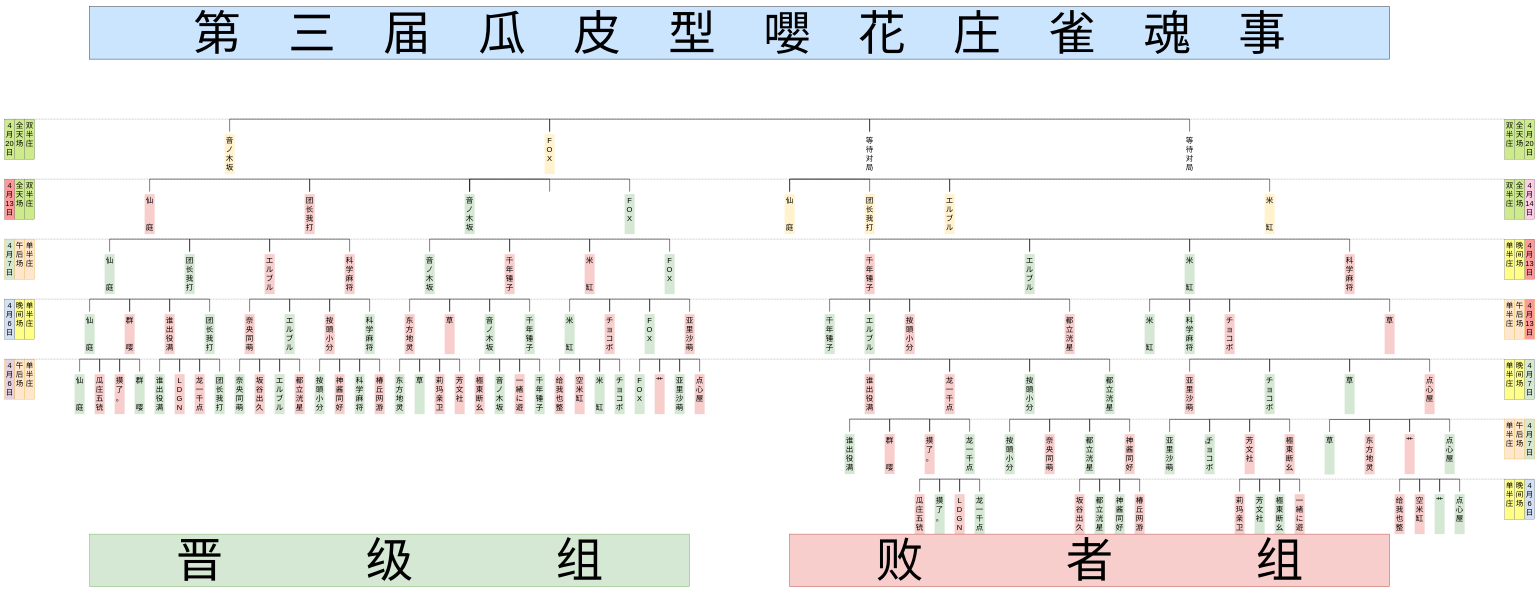
Earlier version of the draw.io diagram Tree Diagram.drawio (psc2350/pcr.mahjong.pub). Source tidied: cells renumbered, new cells numbered last; positions are measured from the earlier drawing's top-left corner, leaving out a move shared by most shapes. Both pictures are drawn from the tidied source at 25%, with x=0, y=0 at pixel (4, 6).
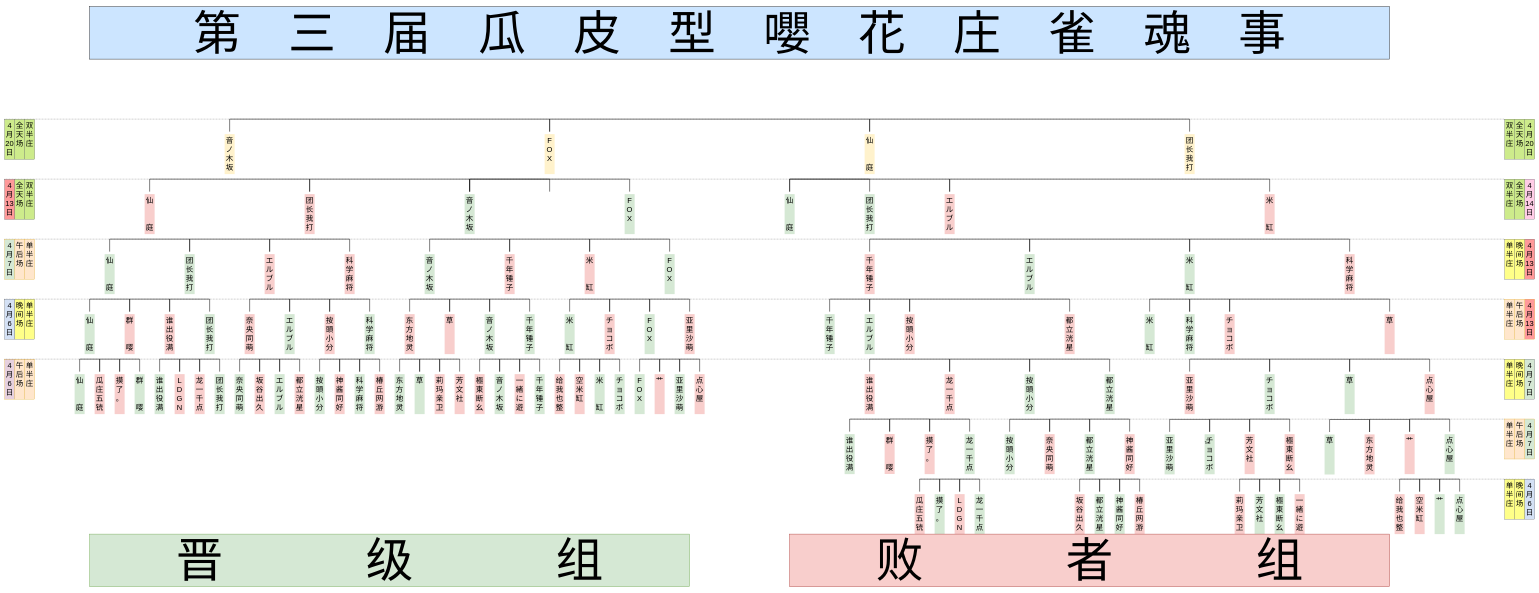
The same page after the edit.

The change refers to these unchanged cells:
```xml
<mxCell id="3" style="group;" parent="1" vertex="1">
  <mxGeometry x="280" y="450" width="5560" height="1660" as="geometry" />
</mxCell>
```

Change to the diagram source:
```diff
@@
-    <mxCell id="184" value="エルブル&lt;br&gt;" style="text;html=1;strokeColor=none;fillColor=#FFF2CC;align=center;verticalAlign=top;whiteSpace=wrap;rounded=0;fontFamily=FZZhunYuan-M02;horizontal=1;fontSize=30;" parent="3" vertex="1">
+    <mxCell id="184" value="エルブル&lt;br&gt;" style="text;html=1;strokeColor=none;fillColor=#F8CECC;align=center;verticalAlign=top;whiteSpace=wrap;rounded=0;fontFamily=FZZhunYuan-M02;horizontal=1;fontSize=30;" parent="3" vertex="1">
       <mxGeometry x="3480" y="300" width="40" height="160" as="geometry" />
     </mxCell>
-    <mxCell id="185" value="米&lt;br&gt;&lt;br&gt;&lt;br&gt;缸&lt;br&gt;" style="text;html=1;strokeColor=none;fillColor=#FFF2CC;align=center;verticalAlign=top;whiteSpace=wrap;rounded=0;fontFamily=FZZhunYuan-M02;horizontal=1;fontSize=30;" parent="3" vertex="1">
+    <mxCell id="185" value="米&lt;br&gt;&lt;br&gt;&lt;br&gt;缸&lt;br&gt;" style="text;html=1;strokeColor=none;fillColor=#F8CECC;align=center;verticalAlign=top;whiteSpace=wrap;rounded=0;fontFamily=FZZhunYuan-M02;horizontal=1;fontSize=30;" parent="3" vertex="1">
       <mxGeometry x="4760" y="300" width="40" height="160" as="geometry" />
     </mxCell>
@@
-    <mxCell id="187" value="仙&lt;br&gt;&lt;br&gt;&lt;br&gt;庭&lt;br&gt;" style="text;html=1;strokeColor=none;fillColor=#FFF2CC;align=center;verticalAlign=top;whiteSpace=wrap;rounded=0;fontFamily=FZZhunYuan-M02;horizontal=1;fontSize=30;" parent="3" vertex="1">
+    <mxCell id="187" value="仙&lt;br&gt;&lt;br&gt;&lt;br&gt;庭&lt;br&gt;" style="text;html=1;strokeColor=none;fillColor=#D5E8D4;align=center;verticalAlign=top;whiteSpace=wrap;rounded=0;fontFamily=FZZhunYuan-M02;horizontal=1;fontSize=30;" parent="3" vertex="1">
       <mxGeometry x="2840" y="300" width="40" height="160" as="geometry" />
     </mxCell>
@@
-    <mxCell id="190" value="团长我打&lt;br&gt;" style="text;html=1;strokeColor=none;fillColor=#FFF2CC;align=center;verticalAlign=top;whiteSpace=wrap;rounded=0;fontFamily=FZZhunYuan-M02;horizontal=1;fontSize=30;" parent="3" vertex="1">
+    <mxCell id="190" value="团长我打&lt;br&gt;" style="text;html=1;strokeColor=none;fillColor=#D5E8D4;align=center;verticalAlign=top;whiteSpace=wrap;rounded=0;fontFamily=FZZhunYuan-M02;horizontal=1;fontSize=30;" parent="3" vertex="1">
       <mxGeometry x="3160" y="300" width="40" height="160" as="geometry" />
     </mxCell>
@@
-    <mxCell id="192" value="等待对局&lt;br&gt;" style="text;html=1;strokeColor=none;fillColor=none;align=center;verticalAlign=top;whiteSpace=wrap;rounded=0;fontFamily=FZZhunYuan-M02;horizontal=1;fontSize=30;" parent="3" vertex="1">
+    <mxCell id="192" value="仙&lt;br&gt;&lt;br&gt;&lt;br&gt;庭&lt;br&gt;" style="text;html=1;strokeColor=none;fillColor=#FFF2CC;align=center;verticalAlign=top;whiteSpace=wrap;rounded=0;fontFamily=FZZhunYuan-M02;horizontal=1;fontSize=30;" parent="3" vertex="1">
       <mxGeometry x="3160" y="60" width="40" height="160" as="geometry" />
     </mxCell>
@@
-    <mxCell id="194" value="等待对局&lt;br&gt;" style="text;html=1;strokeColor=none;fillColor=none;align=center;verticalAlign=top;whiteSpace=wrap;rounded=0;fontFamily=FZZhunYuan-M02;horizontal=1;fontSize=30;" parent="3" vertex="1">
+    <mxCell id="194" value="团长我打&lt;br&gt;" style="text;html=1;strokeColor=none;fillColor=#FFF2CC;align=center;verticalAlign=top;whiteSpace=wrap;rounded=0;fontFamily=FZZhunYuan-M02;horizontal=1;fontSize=30;" parent="3" vertex="1">
       <mxGeometry x="4439.9" y="60" width="40" height="160" as="geometry" />
     </mxCell>
-    <mxCell id="195" style="strokeWidth=2;html=1;shape=mxgraph.flowchart.annotation_1;align=left;direction=south;fontFamily=FZZhunYuan-M02;fontSize=30;" parent="3" vertex="1">
+    <mxCell id="195" style="strokeWidth=2;html=1;shape=mxgraph.flowchart.annotation_1;align=left;direction=south;fontFamily=FZZhunYuan-M02;fontSize=30;fillColor=#FFF2CC;" parent="3" vertex="1">
       <mxGeometry x="3179.9" width="1280" height="50" as="geometry" />
     </mxCell>
```
